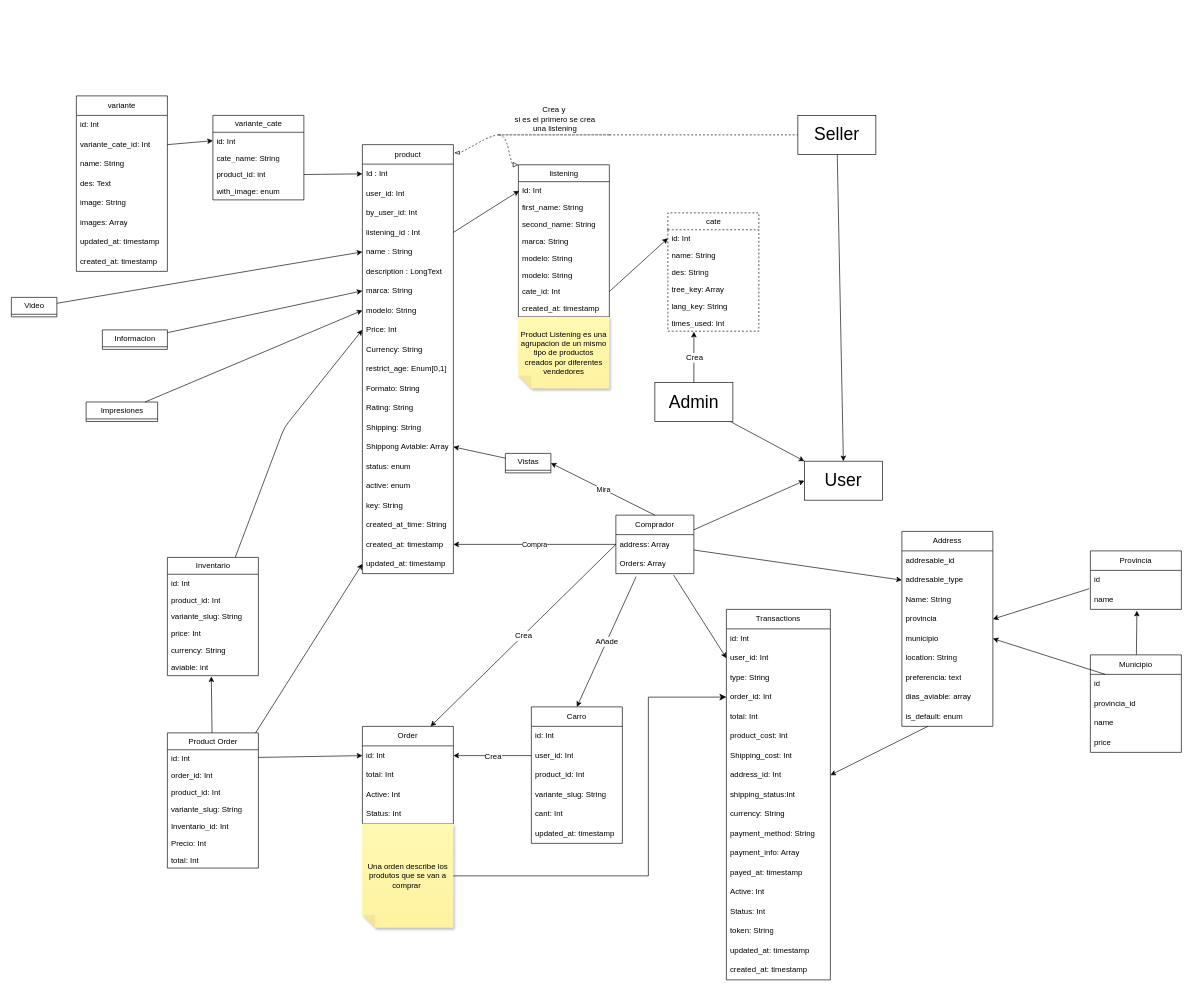
This is page "Product Diagram" (1 of 5) of uml.drawio from thekevinrex/VirtualShop, a draw.io file, before an edit. Source tidied: cells renumbered, new cells numbered last; positions are measured from the earlier drawing's top-left corner, leaving out a move shared by most shapes. Both pictures are drawn from the tidied source at 65%, with x=0, y=0 at pixel (11, 96).
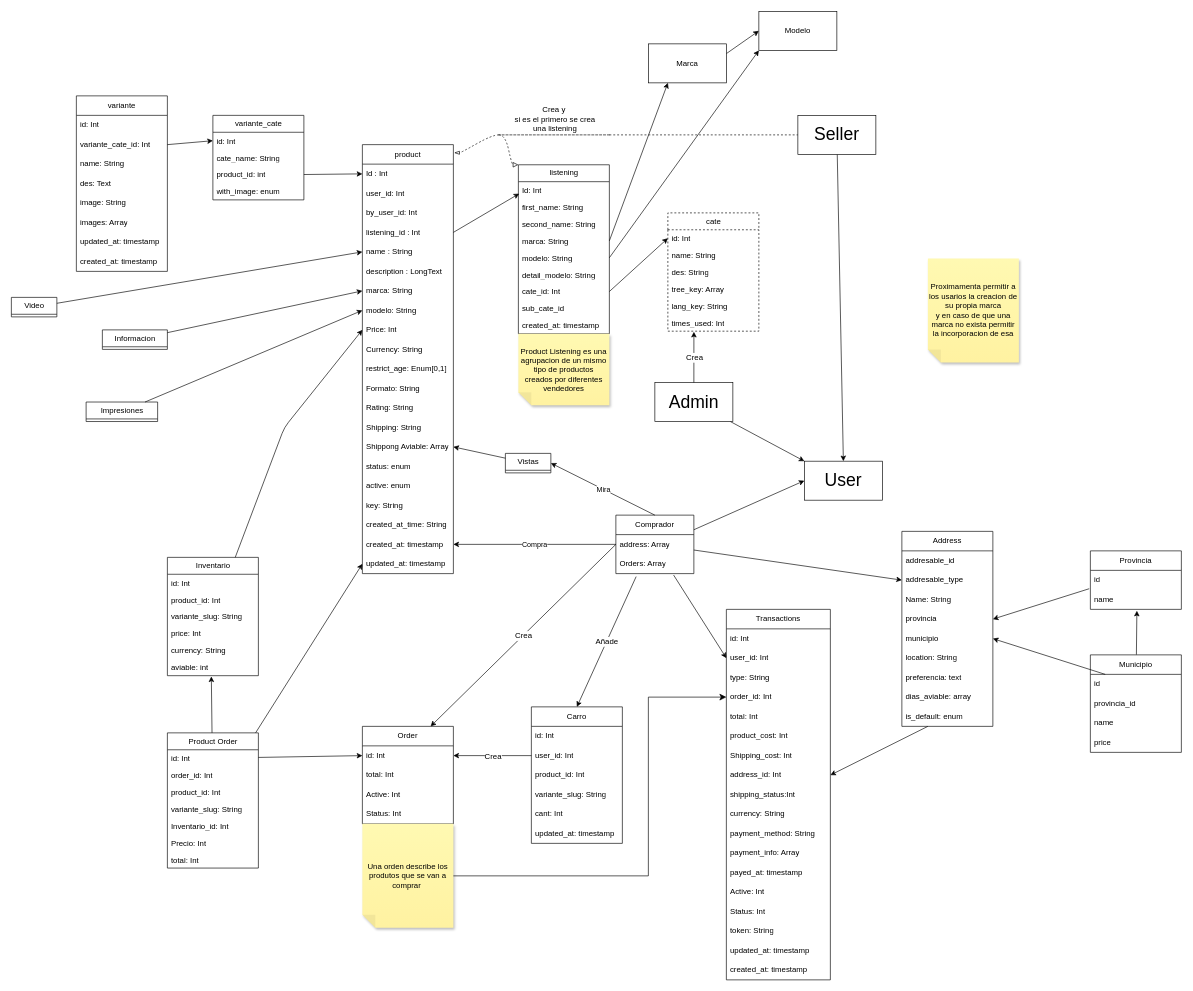
Above is the later version.

The change refers to these unchanged cells:
```xml
<mxCell id="32" value="marca: String" style="text;strokeColor=none;fillColor=none;align=left;verticalAlign=top;spacingLeft=4;spacingRight=4;overflow=hidden;points=[[0,0.5],[1,0.5]];portConstraint=eastwest;whiteSpace=wrap;html=1;" parent="28" vertex="1">
  <mxGeometry y="104" width="140" height="26" as="geometry" />
</mxCell>
<mxCell id="33" value="modelo: String" style="text;strokeColor=none;fillColor=none;align=left;verticalAlign=top;spacingLeft=4;spacingRight=4;overflow=hidden;points=[[0,0.5],[1,0.5]];portConstraint=eastwest;whiteSpace=wrap;html=1;" parent="28" vertex="1">
  <mxGeometry y="130" width="140" height="26" as="geometry" />
</mxCell>
```

The edit, as a diff of the source:
```diff
@@
     <mxCell id="28" value="listening" style="swimlane;fontStyle=0;horizontal=1;startSize=26;fillColor=none;html=1;" parent="1" vertex="1">
-      <mxGeometry x="780" y="106" width="140" height="234" as="geometry" />
+      <mxGeometry x="780" y="106" width="140" height="260" as="geometry" />
     </mxCell>
@@
+    <mxCell id="167" value="detail_modelo: String" style="text;strokeColor=none;fillColor=none;align=left;verticalAlign=top;spacingLeft=4;spacingRight=4;overflow=hidden;whiteSpace=wrap;html=1;" parent="28" vertex="1">
+      <mxGeometry y="156" width="140" height="26" as="geometry" />
+    </mxCell>
+    <mxCell id="35" value="cate_id: Int" style="text;strokeColor=none;fillColor=none;align=left;verticalAlign=top;spacingLeft=4;spacingRight=4;overflow=hidden;points=[[0,0.5],[1,0.5]];portConstraint=eastwest;whiteSpace=wrap;html=1;" parent="28" vertex="1">
+      <mxGeometry y="182" width="140" height="26" as="geometry" />
+    </mxCell>
-    <mxCell id="34" value="modelo: String" style="text;strokeColor=none;fillColor=none;align=left;verticalAlign=top;spacingLeft=4;spacingRight=4;overflow=hidden;whiteSpace=wrap;html=1;" parent="28" vertex="1">
-      <mxGeometry y="156" width="140" height="26" as="geometry" />
+    <mxCell id="34" value="sub_cate_id" style="text;strokeColor=none;fillColor=none;align=left;verticalAlign=top;spacingLeft=4;spacingRight=4;overflow=hidden;whiteSpace=wrap;html=1;" parent="28" vertex="1">
+      <mxGeometry y="208" width="140" height="26" as="geometry" />
     </mxCell>
-    <mxCell id="35" value="cate_id: Int" style="text;strokeColor=none;fillColor=none;align=left;verticalAlign=top;spacingLeft=4;spacingRight=4;overflow=hidden;points=[[0,0.5],[1,0.5]];portConstraint=eastwest;whiteSpace=wrap;html=1;" parent="28" vertex="1">
-      <mxGeometry y="182" width="140" height="26" as="geometry" />
-    </mxCell>
     <mxCell id="36" value="created_at: timestamp" style="text;strokeColor=none;fillColor=none;align=left;verticalAlign=top;spacingLeft=4;spacingRight=4;overflow=hidden;whiteSpace=wrap;html=1;" parent="28" vertex="1">
-      <mxGeometry y="208" width="140" height="26" as="geometry" />
+      <mxGeometry y="234" width="140" height="26" as="geometry" />
     </mxCell>
@@
     <mxCell id="43" value="Product Listening es una agrupacion de un mismo tipo de productos creados por diferentes vendedores" style="shape=note;whiteSpace=wrap;html=1;backgroundOutline=1;fontColor=#000000;darkOpacity=0.05;fillColor=#FFF9B2;strokeColor=none;fillStyle=solid;direction=west;gradientDirection=north;gradientColor=#FFF2A1;shadow=1;size=20;dashed=1;" parent="1" vertex="1">
-      <mxGeometry x="780" y="340" width="140" height="110" as="geometry" />
+      <mxGeometry x="780" y="366" width="140" height="110" as="geometry" />
     </mxCell>
@@
+    <mxCell id="168" style="edgeStyle=none;html=1;exitX=1;exitY=0.25;exitDx=0;exitDy=0;entryX=0;entryY=0.5;entryDx=0;entryDy=0;" parent="1" edge="1" source="169" target="172">
+      <mxGeometry relative="1" as="geometry" />
+    </mxCell>
+    <mxCell id="169" value="Marca" style="whiteSpace=wrap;html=1;" parent="1" vertex="1">
+      <mxGeometry x="980" y="-80" width="120" height="60" as="geometry" />
+    </mxCell>
+    <mxCell id="170" style="edgeStyle=none;html=1;exitX=1;exitY=0.5;exitDx=0;exitDy=0;entryX=0.25;entryY=1;entryDx=0;entryDy=0;" parent="1" edge="1" source="32" target="169">
+      <mxGeometry relative="1" as="geometry" />
+    </mxCell>
+    <mxCell id="171" value="Proximamenta permitir a los usarios la creacion de su propia marca&lt;br&gt;y en caso de que una marca no exista permitir la incorporacion de esa" style="shape=note;whiteSpace=wrap;html=1;backgroundOutline=1;fontColor=#000000;darkOpacity=0.05;fillColor=#FFF9B2;strokeColor=none;fillStyle=solid;direction=west;gradientDirection=north;gradientColor=#FFF2A1;shadow=1;size=20;" parent="1" vertex="1">
+      <mxGeometry x="1410" y="250" width="140" height="160" as="geometry" />
+    </mxCell>
+    <mxCell id="172" value="Modelo" style="whiteSpace=wrap;html=1;" parent="1" vertex="1">
+      <mxGeometry x="1150" y="-130" width="120" height="60" as="geometry" />
+    </mxCell>
+    <mxCell id="173" style="edgeStyle=none;html=1;entryX=0;entryY=1;entryDx=0;entryDy=0;exitX=1;exitY=0.5;exitDx=0;exitDy=0;" parent="1" edge="1" source="33" target="172">
+      <mxGeometry relative="1" as="geometry" />
+    </mxCell>
```
